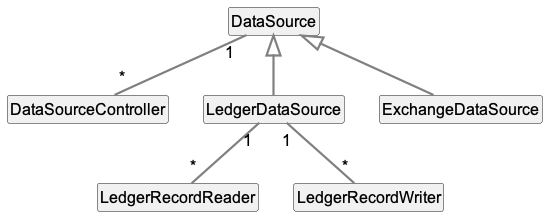
Earlier version of the PlantUML export docs/draft/03 - Design/domain-model/dist/domain-model.png (enricohomann/blockbuilder).
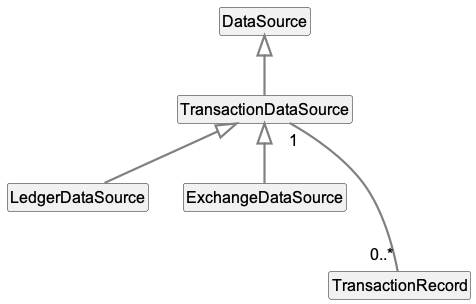
The same diagram one commit later.

Commit message:
Draft initial project specs #7

What changed in the source:
```diff
@@ -12,8 +12,9 @@
 class "DataSource" as DataSource {
 }
 
-class "DataSourceController" as DataSourceController {
+class "TransactionDataSource" as TransactionDataSource {
 }
+
 
 class "LedgerDataSource" as LedgerDataSource {
 }
@@ -21,20 +22,22 @@
 class "ExchangeDataSource" as ExchangeDataSource {
 }
 
-class "LedgerRecordReader" as LedgerRecordReader {
-}
 
-class "LedgerRecordWriter" as LedgerRecordWriter {
+
+
+class "TransactionRecord" as TransactionRecord {
 }
 
 
-DataSource <|-- LedgerDataSource
-DataSource <|-- ExchangeDataSource
+
+DataSource <|-- TransactionDataSource
+
+TransactionDataSource <|-- LedgerDataSource
+TransactionDataSource <|-- ExchangeDataSource
 
 
-DataSource "1"--"*" DataSourceController
+TransactionDataSource "1"---"0..*" TransactionRecord
 
-LedgerDataSource "1"--"*" LedgerRecordReader
-LedgerDataSource "1"--"*" LedgerRecordWriter
+
 
 @enduml
```
